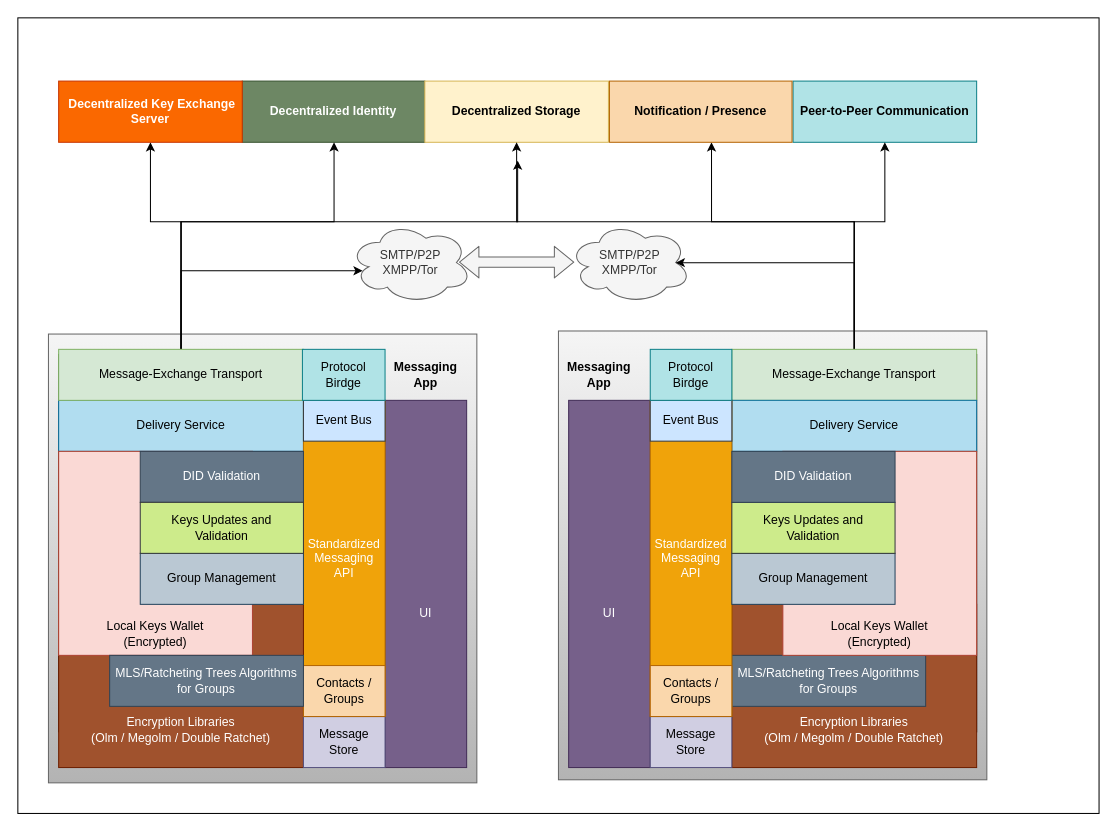
Above: page "layers" (4 of 4) of Messaging end-to-end.drawio in bhatti/Aeron (draw.io), before the change. Source tidied: cells renumbered, new cells numbered last; positions are measured from the earlier drawing's top-left corner, leaving out a move shared by most shapes. Both pictures are drawn from the tidied source at 102%, with x=0, y=0 at pixel (17, 17).
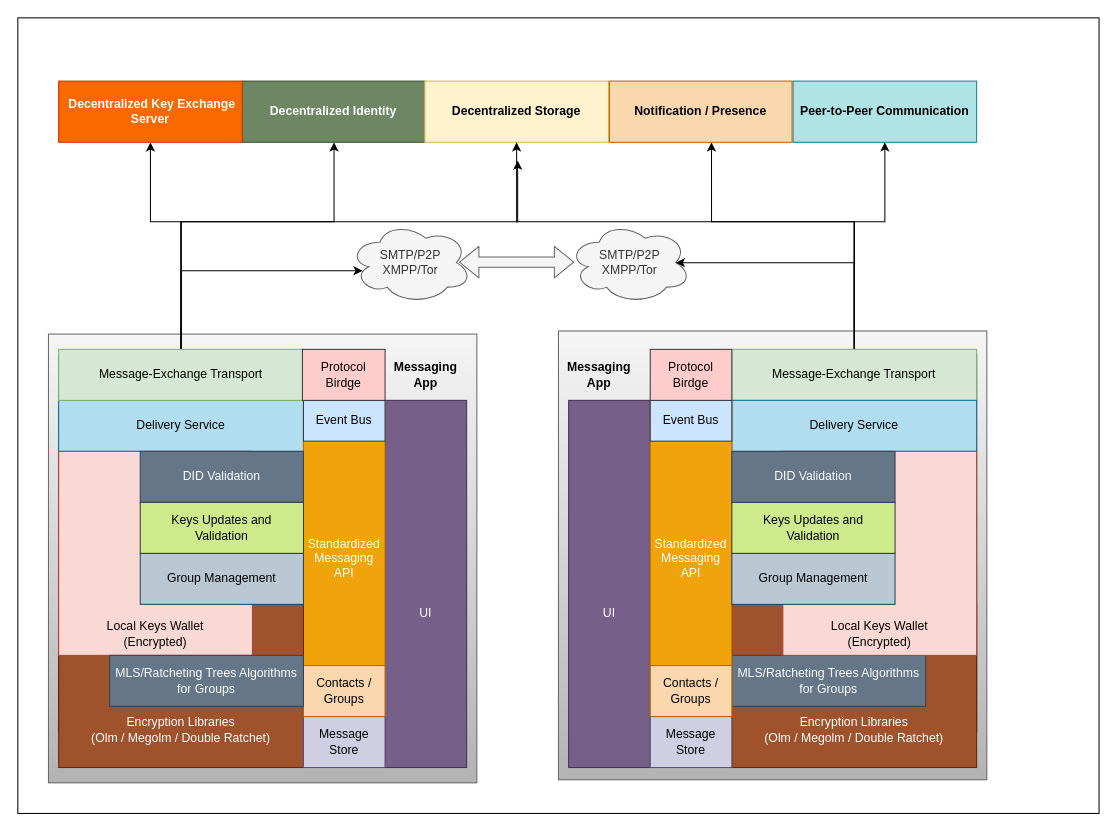
Above is the later version.

Diff of the diagram source:
```diff
@@
-    <mxCell id="49" value="Protocol Birdge" style="rounded=0;whiteSpace=wrap;html=1;fillColor=#b0e3e6;strokeColor=#0e8088;" parent="1" vertex="1">
+    <mxCell id="49" value="Protocol Birdge" style="rounded=0;whiteSpace=wrap;html=1;fillColor=#ffcccc;strokeColor=#36393d;" parent="1" vertex="1">
       <mxGeometry x="279" y="325" width="81" height="50" as="geometry" />
     </mxCell>
-    <mxCell id="50" value="Protocol Birdge" style="rounded=0;whiteSpace=wrap;html=1;fillColor=#b0e3e6;strokeColor=#0e8088;" parent="1" vertex="1">
+    <mxCell id="50" value="Protocol Birdge" style="rounded=0;whiteSpace=wrap;html=1;fillColor=#ffcccc;strokeColor=#36393d;" parent="1" vertex="1">
       <mxGeometry x="620" y="325" width="80" height="50" as="geometry" />
     </mxCell>
```
